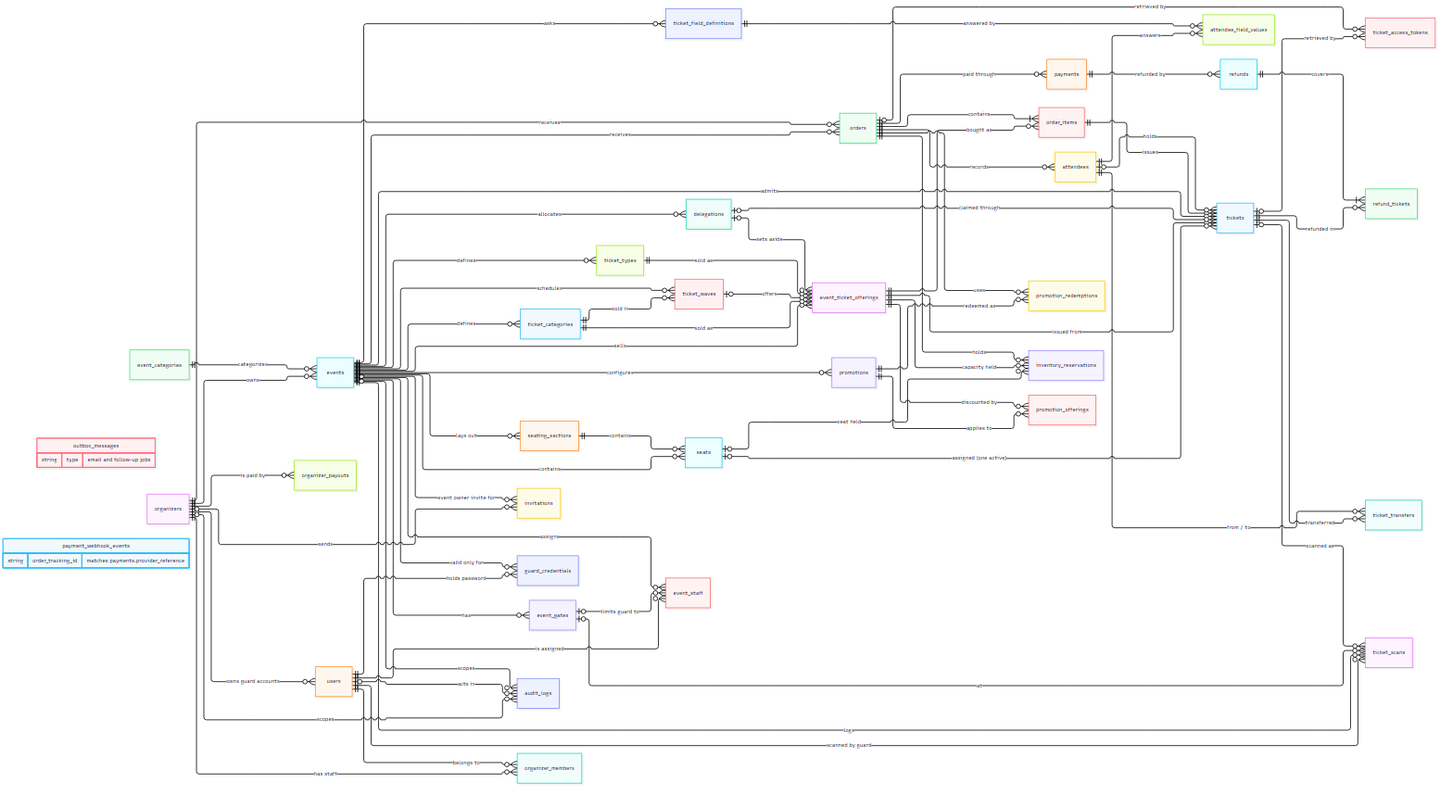
Before: doc/diagrams/erd/00-overview.png, a diagram exported from Mermaid (kreativesahara/ticket). Its source is kept beside it as doc/diagrams/erd/00-overview.mmd. The source it was exported from:
```mermaid
erDiagram
    direction LR
    organizers ||--o{ organizer_members : "has staff"
    users ||--o{ organizer_members : "belongs to"
    organizers |o--o{ users : "owns guard accounts"
    organizers ||--o{ events : "owns"
    event_categories ||--o{ events : "categorizes"
    events ||--o{ event_gates : "has"
    events ||--o{ event_staff : "assigns"
    users ||--o{ event_staff : "is assigned"
    event_gates |o--o{ event_staff : "limits guard to"
    organizers |o--o{ invitations : "sends"
    events |o--o{ invitations : "event owner invite for"
    users ||--o{ guard_credentials : "holds password"
    events ||--o{ guard_credentials : "valid only for"

    events ||--o{ ticket_types : "defines"
    events ||--o{ ticket_categories : "defines"
    events ||--o{ ticket_waves : "schedules"
    ticket_categories ||--o{ ticket_waves : "sold in"
    events ||--o{ event_ticket_offerings : "sells"
    ticket_types ||--o{ event_ticket_offerings : "sold as"
    ticket_categories ||--o{ event_ticket_offerings : "sold as"
    ticket_waves |o--o{ event_ticket_offerings : "offers"
    events ||--o{ delegations : "allocates"
    delegations |o--o{ event_ticket_offerings : "sets aside"
    events ||--o{ seating_sections : "lays out"
    seating_sections ||--o{ seats : "contains"
    events ||--o{ seats : "contains"
    orders ||--o{ inventory_reservations : "holds"
    event_ticket_offerings ||--o{ inventory_reservations : "capacity held"
    seats |o--o{ inventory_reservations : "seat held"

    organizers ||--o{ orders : "receives"
    events ||--o{ orders : "receives"
    orders ||--|{ order_items : "contains"
    event_ticket_offerings ||--o{ order_items : "bought as"
    orders ||--o{ attendees : "records"
    events ||--o{ ticket_field_definitions : "asks"
    attendees ||--o{ attendee_field_values : "answers"
    ticket_field_definitions ||--o{ attendee_field_values : "answered by"
    order_items ||--o{ tickets : "issues"
    events ||--o{ tickets : "admits"
    event_ticket_offerings ||--o{ tickets : "issued from"
    attendees |o--o{ tickets : "holds"
    seats |o--o{ tickets : "assigned (one active)"
    delegations |o--o{ tickets : "claimed through"
    tickets |o--o{ ticket_access_tokens : "retrieved by"
    orders |o--o{ ticket_access_tokens : "retrieved by"
    tickets |o--o{ ticket_scans : "scanned as"
    events ||--o{ ticket_scans : "logs"
    event_gates |o--o{ ticket_scans : "at"
    users ||--o{ ticket_scans : "scanned by guard"
    tickets ||--o{ ticket_transfers : "transferred"
    attendees ||--o{ ticket_transfers : "from / to"

    orders ||--o{ payments : "paid through"
    payments ||--o{ refunds : "refunded by"
    refunds ||--|{ refund_tickets : "covers"
    tickets ||--o{ refund_tickets : "refunded in"
    events ||--o{ promotions : "configures"
    promotions ||--o{ promotion_offerings : "applies to"
    event_ticket_offerings ||--o{ promotion_offerings : "discounted by"
    promotions ||--o{ promotion_redemptions : "redeemed as"
    orders ||--o{ promotion_redemptions : "uses"
    users |o--o{ audit_logs : "acts in"
    organizers |o--o{ audit_logs : "scopes"
    events |o--o{ audit_logs : "scopes"
    organizers ||--o{ organizer_payouts : "is paid by"

    payment_webhook_events {
        string order_tracking_id "matches payments.provider_reference"
    }
    outbox_messages {
        string type "email and follow-up jobs"
    }
```
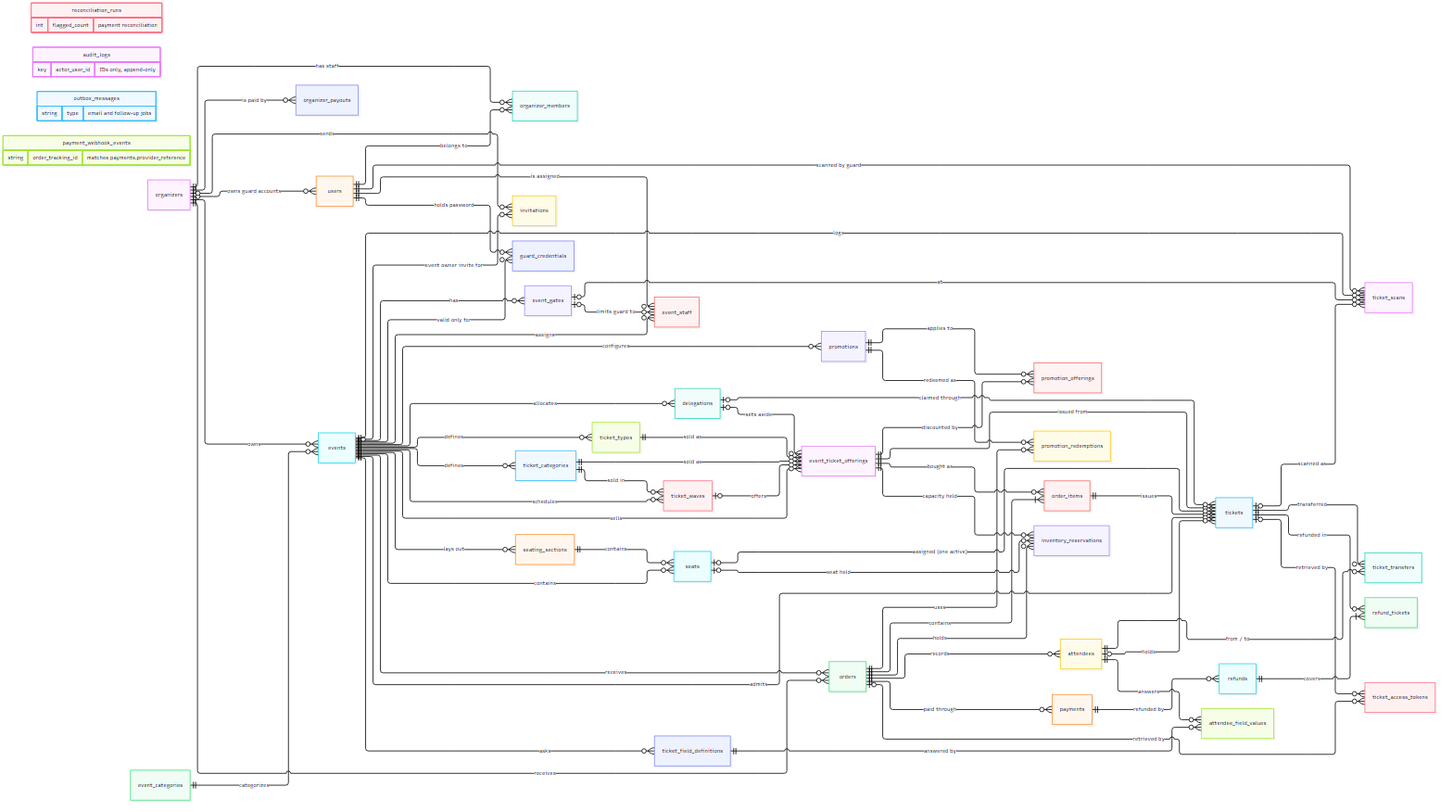
The same diagram one commit later.

The edit, as a diff of the source:
```diff
@@ -63,9 +63,6 @@
     event_ticket_offerings ||--o{ promotion_offerings : "discounted by"
     promotions ||--o{ promotion_redemptions : "redeemed as"
     orders ||--o{ promotion_redemptions : "uses"
-    users |o--o{ audit_logs : "acts in"
-    organizers |o--o{ audit_logs : "scopes"
-    events |o--o{ audit_logs : "scopes"
     organizers ||--o{ organizer_payouts : "is paid by"
 
     payment_webhook_events {
@@ -74,3 +71,9 @@
     outbox_messages {
         string type "email and follow-up jobs"
     }
+    reconciliation_runs {
+        int flagged_count "payment reconciliation"
+    }
+    audit_logs {
+        key actor_user_id "IDs only, append-only"
+    }
```
